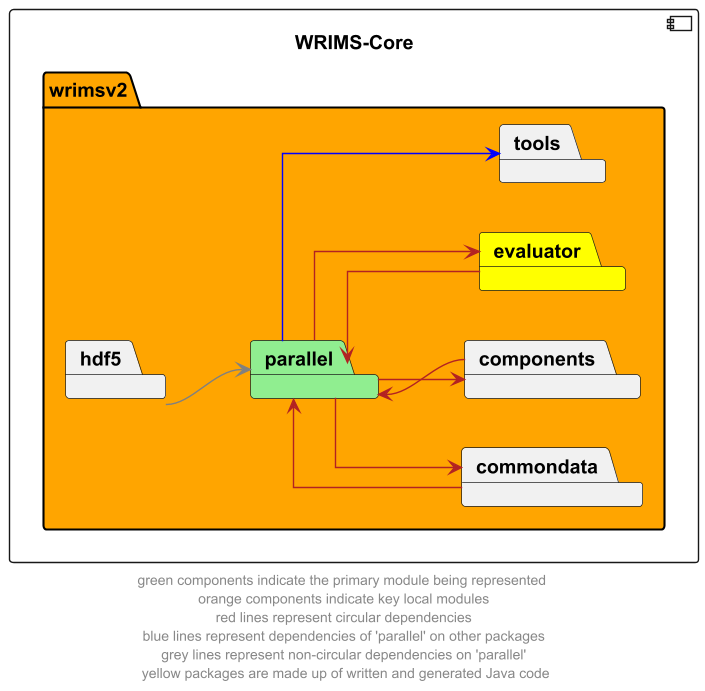
CentralValleyModeling/wrims keeps this PlantUML diagram as docs/diagrams/wrims-core/wrims-core_parallel.png. Above is the earlier version.
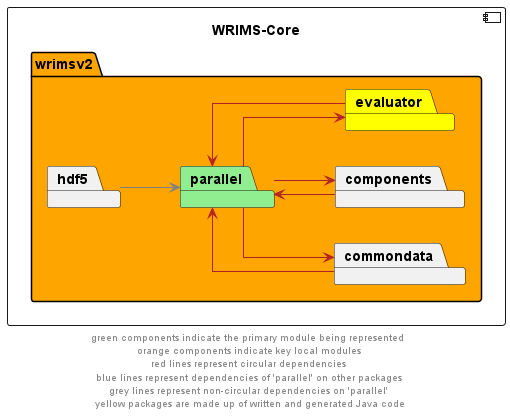
After the commit.

What changed in the source:
```diff
@@ -8,7 +8,6 @@
         package commondata
         package components
         package evaluator #yellow
-        package tools
         package hdf5
     }
 }
@@ -21,7 +20,6 @@
 components --> parallel #firebrick
 
 hdf5 --> parallel #grey
-parallel -->  tools #blue
 
 
 footer "green components indicate the primary module being represented \n orange components indicate key local modules \n red lines represent circular dependencies \n blue lines represent dependencies of 'parallel' on other packages \n grey lines represent non-circular dependencies on 'parallel' \n yellow packages are made up of written and generated Java code"
```
